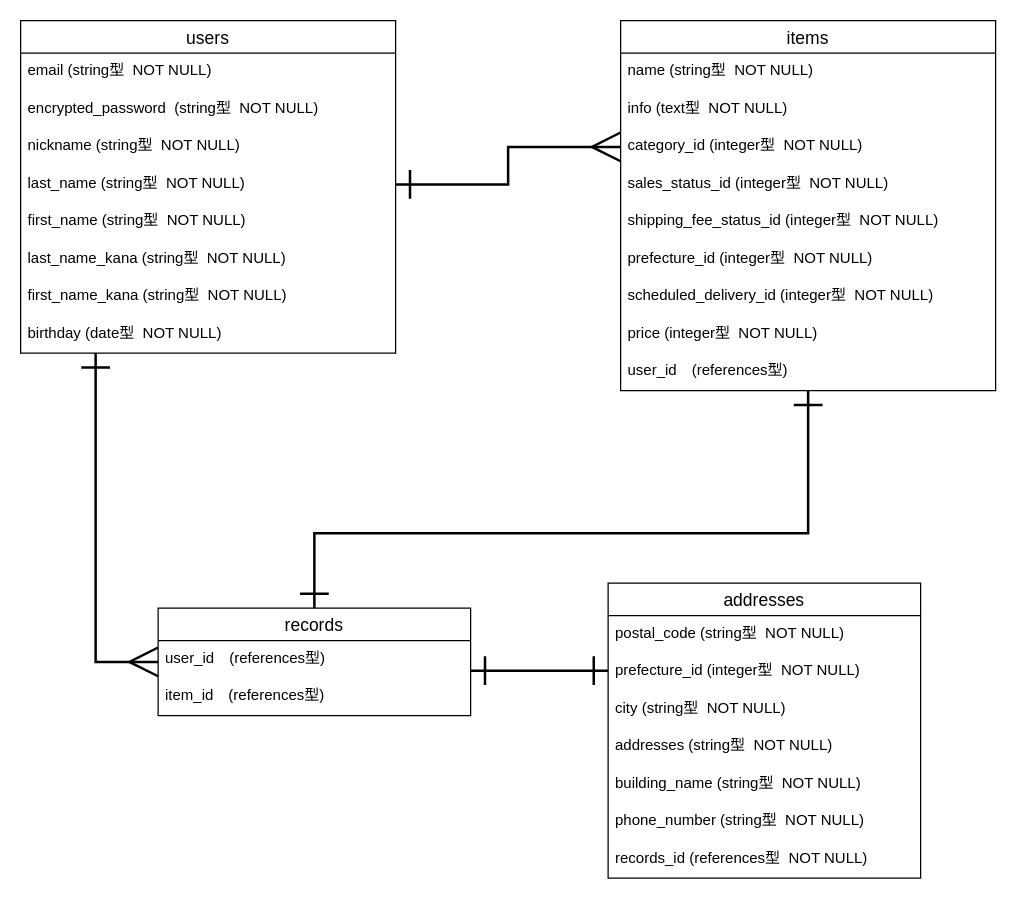
tano-taka/furima-34841 keeps this draw.io diagram as furima.dio. Above is the earlier version. Source tidied: cells renumbered, new cells numbered last; positions are measured from the earlier drawing's top-left corner, leaving out a move shared by most shapes. Both pictures are drawn from the tidied source at 125%, with x=0, y=0 at pixel (20, 20).
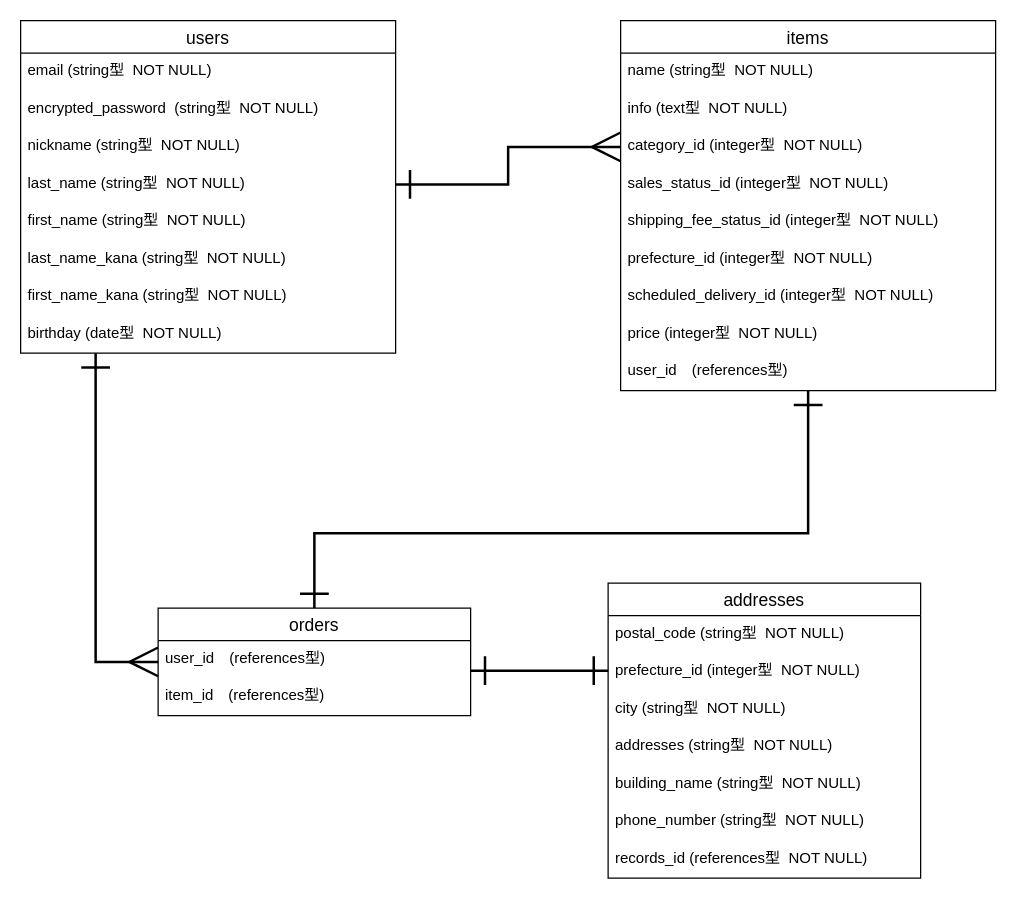
After the change.

The edit, as a diff of the source:
```diff
@@
-    <mxCell id="22" value="records" style="swimlane;fontStyle=0;horizontal=1;startSize=26;align=center;fontSize=14;" parent="1" vertex="1">
+    <mxCell id="22" value="orders" style="swimlane;fontStyle=0;horizontal=1;startSize=26;align=center;fontSize=14;" parent="1" vertex="1">
       <mxGeometry x="110" y="470" width="250" height="86" as="geometry" />
     </mxCell>
```
